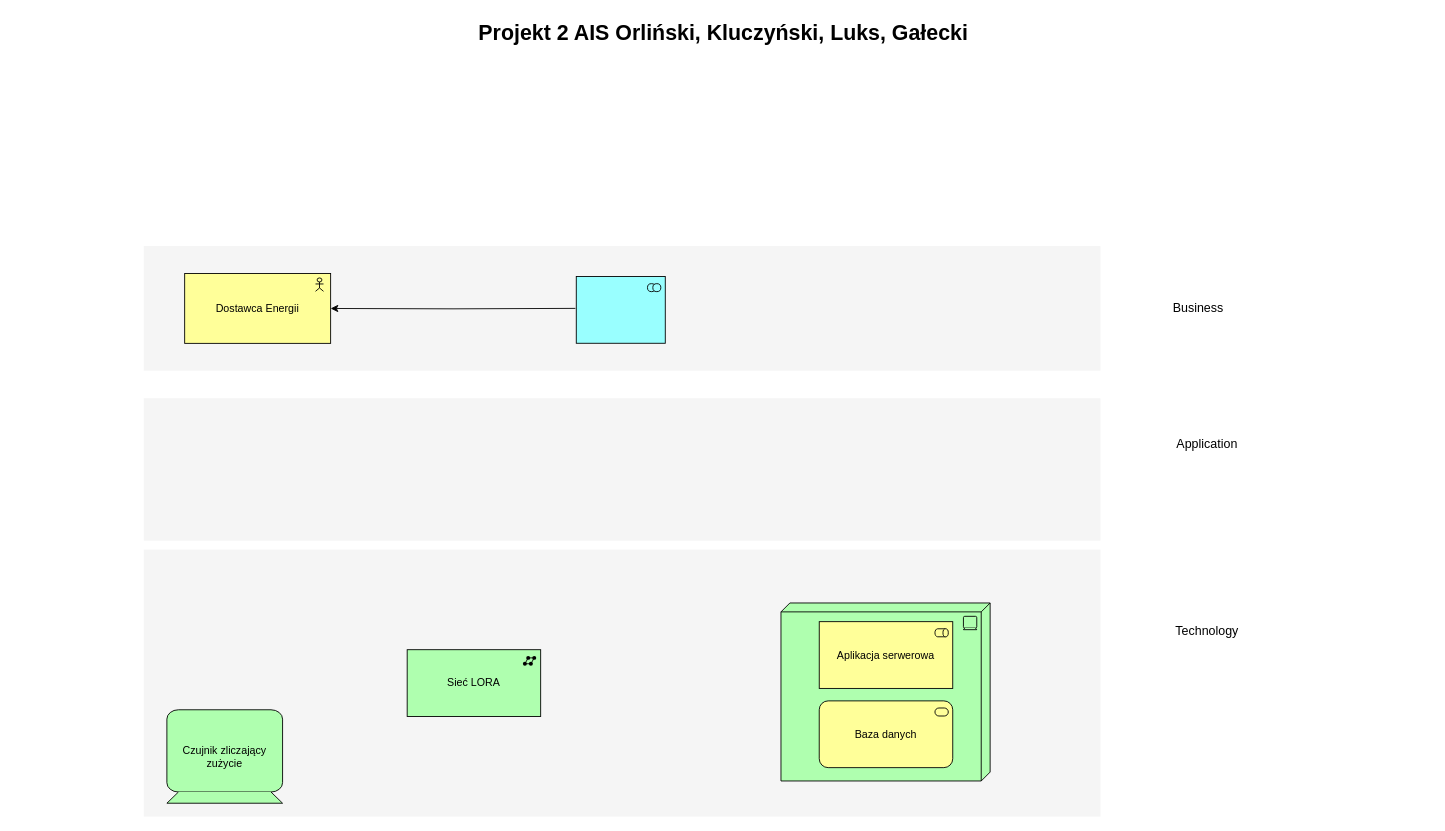
The draw.io diagram page "Page-1" (1 of 3) of projekt2AIS.drawio in stvoreku/ais, before the edit. Source tidied: cells renumbered, new cells numbered last; positions are measured from the earlier drawing's top-left corner, leaving out a move shared by most shapes. Both pictures are drawn from the tidied source at 89%, with x=0, y=0 at pixel (15, 15).
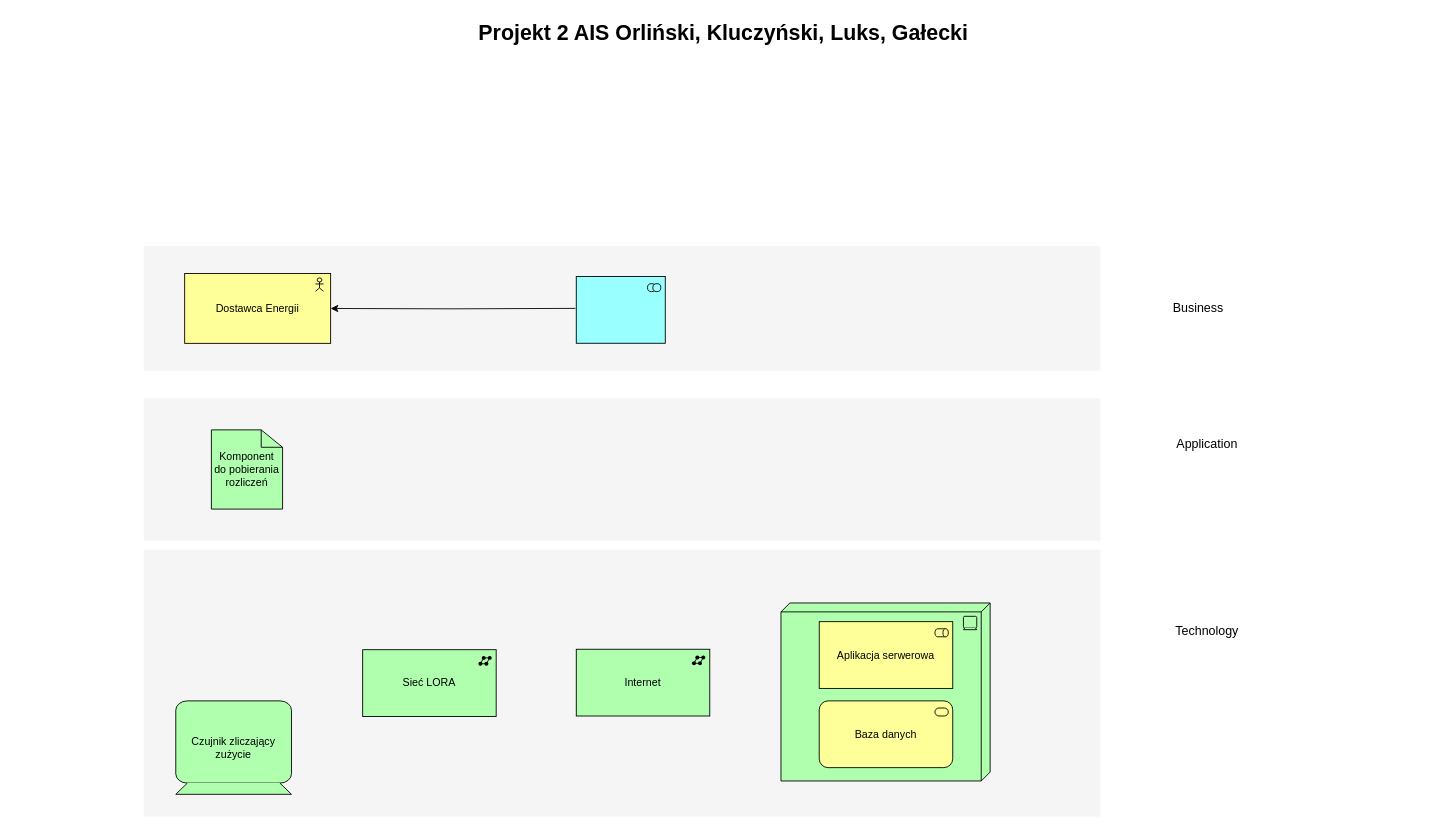
The same diagram, later.

The edit, as a diff of the source:
```diff
@@
     <mxCell id="11" value="Czujnik zliczający zużycie" style="html=1;whiteSpace=wrap;fillColor=#AFFFAF;shape=mxgraph.archimate3.device;" parent="1" vertex="1">
-      <mxGeometry x="170" y="780" width="130" height="105" as="geometry" />
+      <mxGeometry x="180" y="770" width="130" height="105" as="geometry" />
     </mxCell>
@@
     <mxCell id="13" value="Sieć LORA" style="html=1;whiteSpace=wrap;fillColor=#AFFFAF;shape=mxgraph.archimate3.application;appType=netw;archiType=square;" parent="1" vertex="1">
-      <mxGeometry x="440" y="712.5" width="150" height="75" as="geometry" />
+      <mxGeometry x="390" y="712.5" width="150" height="75" as="geometry" />
     </mxCell>
@@
+    <mxCell id="19" value="Komponent do pobierania rozliczeń" style="html=1;whiteSpace=wrap;fillColor=#AFFFAF;shape=mxgraph.archimate3.artifact;" parent="1" vertex="1">
+      <mxGeometry x="220" y="465.5" width="80" height="89" as="geometry" />
+    </mxCell>
+    <mxCell id="20" value="Internet" style="html=1;whiteSpace=wrap;fillColor=#AFFFAF;shape=mxgraph.archimate3.application;appType=netw;archiType=square;" parent="1" vertex="1">
+      <mxGeometry x="630" y="712" width="150" height="75" as="geometry" />
+    </mxCell>
```
